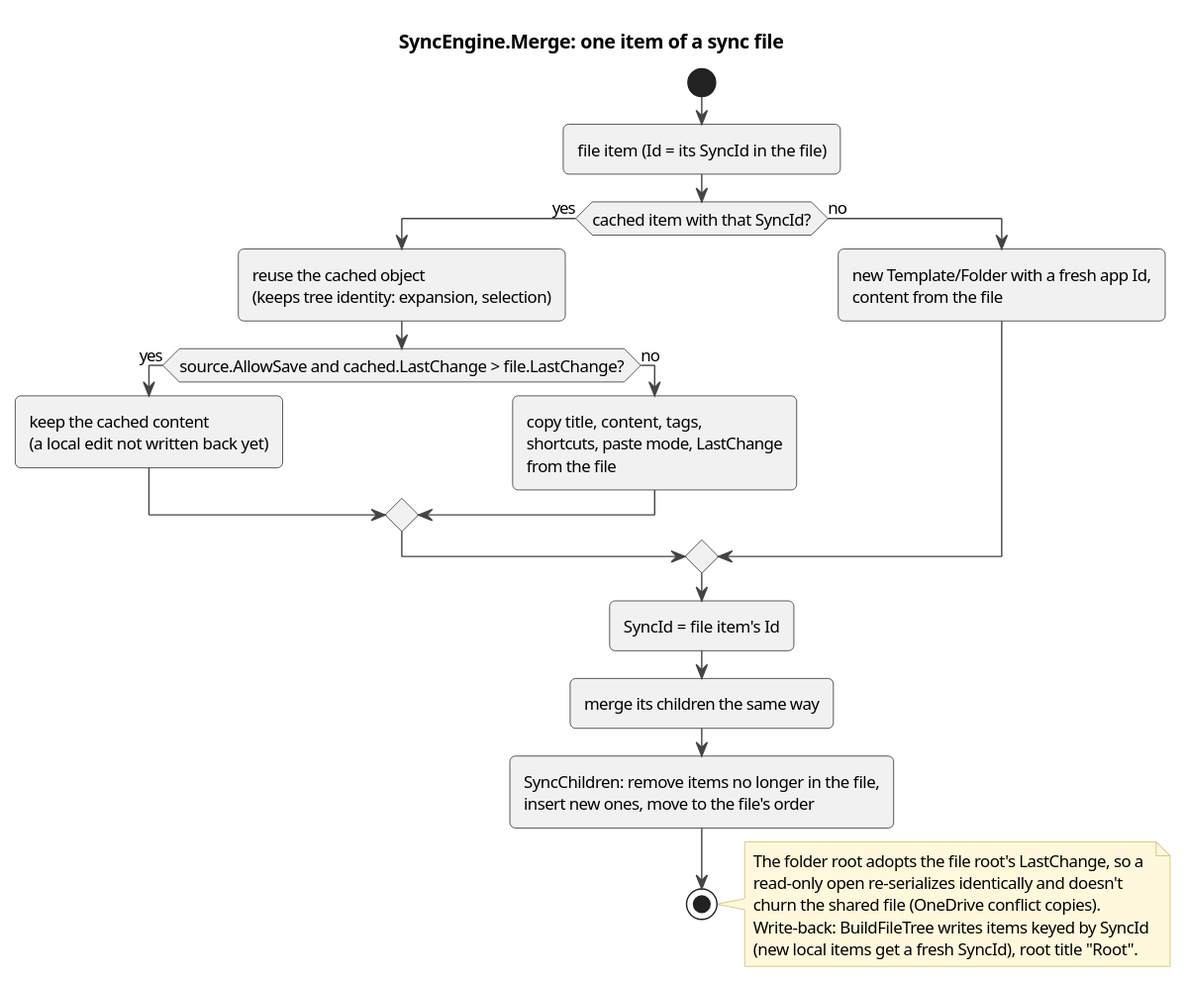
Before: docs/architecture/diagrams/act-sync-merge.svg, a diagram exported from PlantUML (halatsWol/TextTemplateManager-v2).
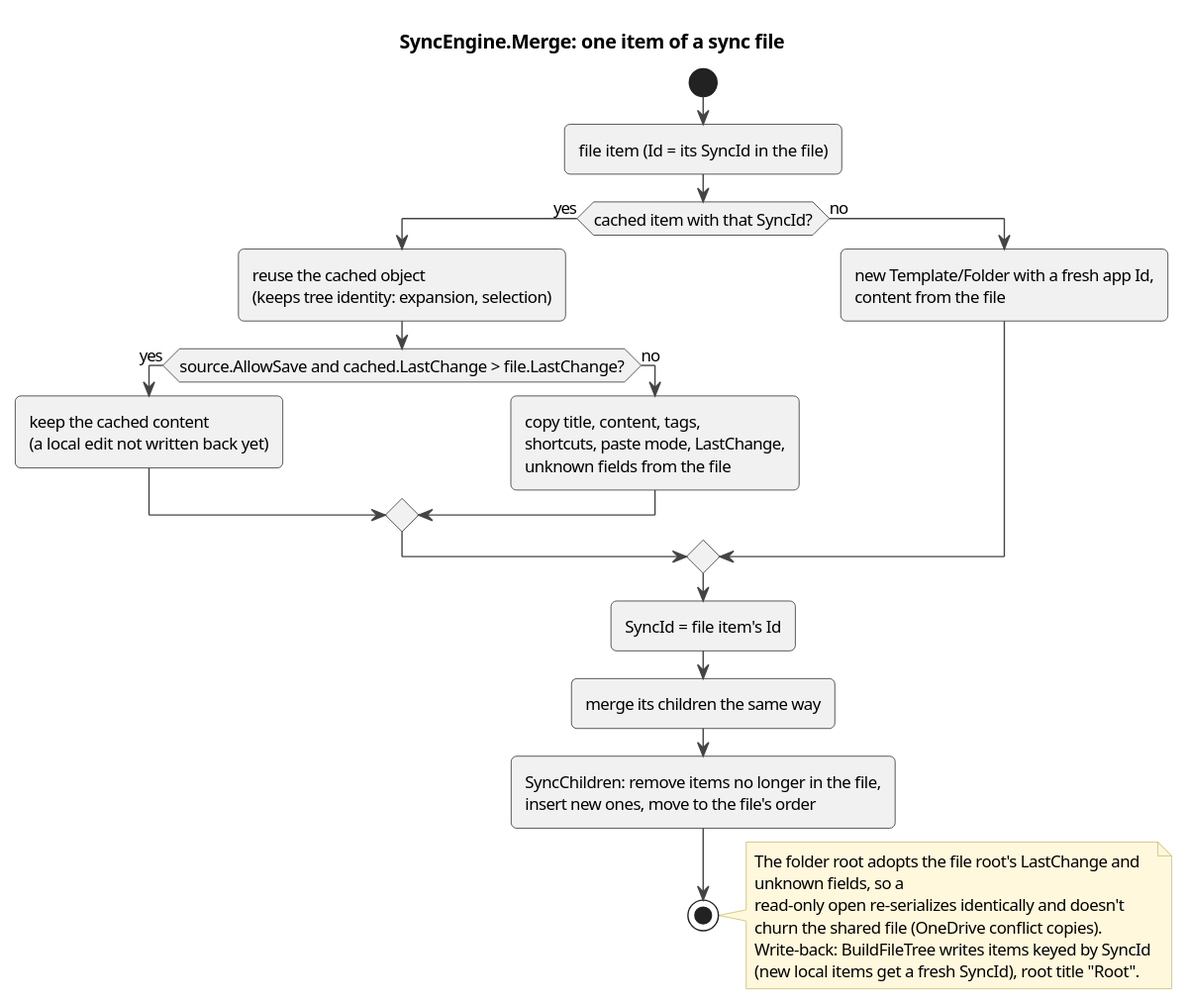
Above is the later version.

Commit message:
architecture docs: fields of newer versions, format rules for new fields, duplicate ids in sync files; class-model and sync-merge diagrams

What changed in the source:
```diff
@@ -9,7 +9,7 @@
   if (source.AllowSave and cached.LastChange > file.LastChange?) then (yes)
     :keep the cached content\n(a local edit not written back yet);
   else (no)
-    :copy title, content, tags,\nshortcuts, paste mode, LastChange\nfrom the file;
+    :copy title, content, tags,\nshortcuts, paste mode, LastChange,\nunknown fields from the file;
   endif
 else (no)
   :new Template/Folder with a fresh app Id,\ncontent from the file;
@@ -19,7 +19,8 @@
 :SyncChildren: remove items no longer in the file,\ninsert new ones, move to the file's order;
 stop
 note right
-  The folder root adopts the file root's LastChange, so a
+  The folder root adopts the file root's LastChange and
+  unknown fields, so a
   read-only open re-serializes identically and doesn't
   churn the shared file (OneDrive conflict copies).
   Write-back: BuildFileTree writes items keyed by SyncId
```
